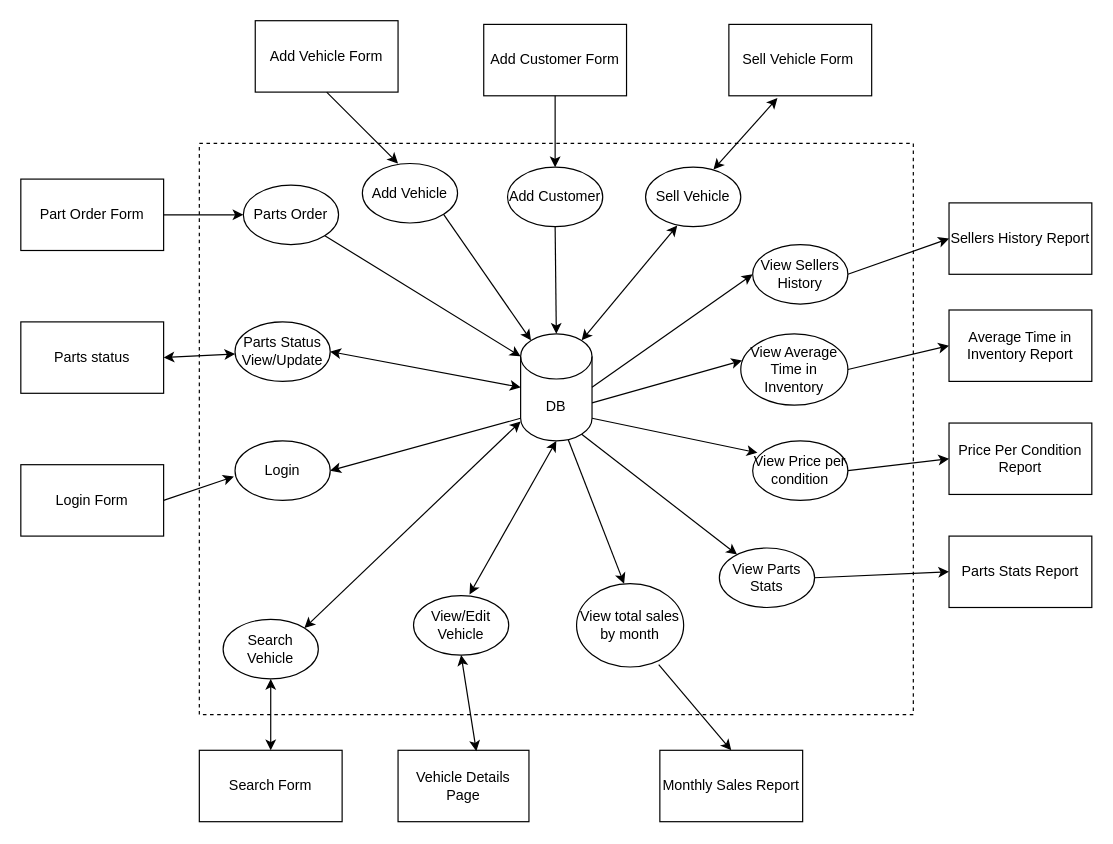
The draw.io diagram Phase_1/team006_p1_ifd.drawio in rkang427/autodb, before the edit. Source tidied: cells renumbered, new cells numbered last; positions are measured from the earlier drawing's top-left corner, leaving out a move shared by most shapes. Both pictures are drawn from the tidied source at 119%, with x=0, y=0 at pixel (20, 20).
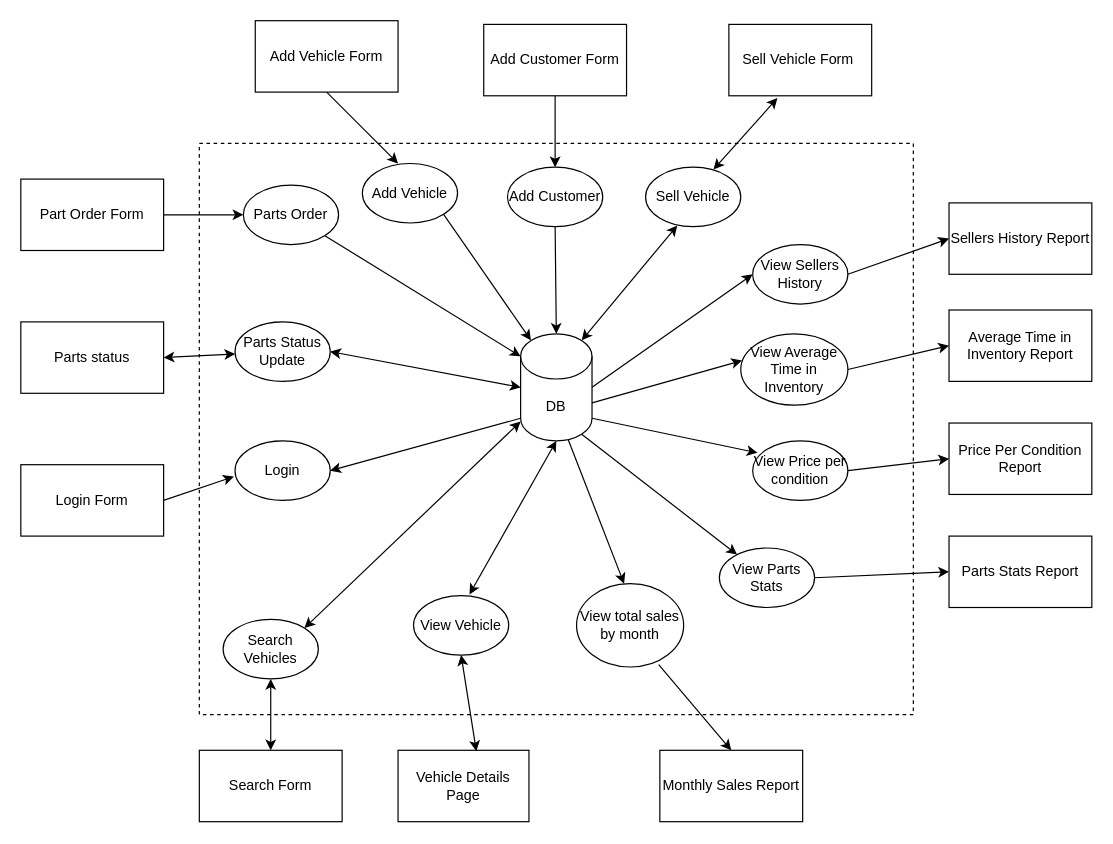
Above is the later version.

Diff of the diagram source:
```diff
@@
-    <mxCell id="4" value="Search Vehicle" style="ellipse;whiteSpace=wrap;html=1;" parent="1" vertex="1">
+    <mxCell id="4" value="Search Vehicles" style="ellipse;whiteSpace=wrap;html=1;" parent="1" vertex="1">
       <mxGeometry x="170" y="503" width="80" height="50" as="geometry" />
     </mxCell>
@@
-    <mxCell id="33" value="Parts Status View/Update" style="ellipse;whiteSpace=wrap;html=1;" parent="1" vertex="1">
+    <mxCell id="33" value="Parts Status Update" style="ellipse;whiteSpace=wrap;html=1;" parent="1" vertex="1">
       <mxGeometry x="180" y="253" width="80" height="50" as="geometry" />
     </mxCell>
@@
-    <mxCell id="42" value="View/Edit Vehicle" style="ellipse;whiteSpace=wrap;html=1;" parent="1" vertex="1">
+    <mxCell id="42" value="View Vehicle" style="ellipse;whiteSpace=wrap;html=1;" parent="1" vertex="1">
       <mxGeometry x="330" y="483" width="80" height="50" as="geometry" />
     </mxCell>
```
